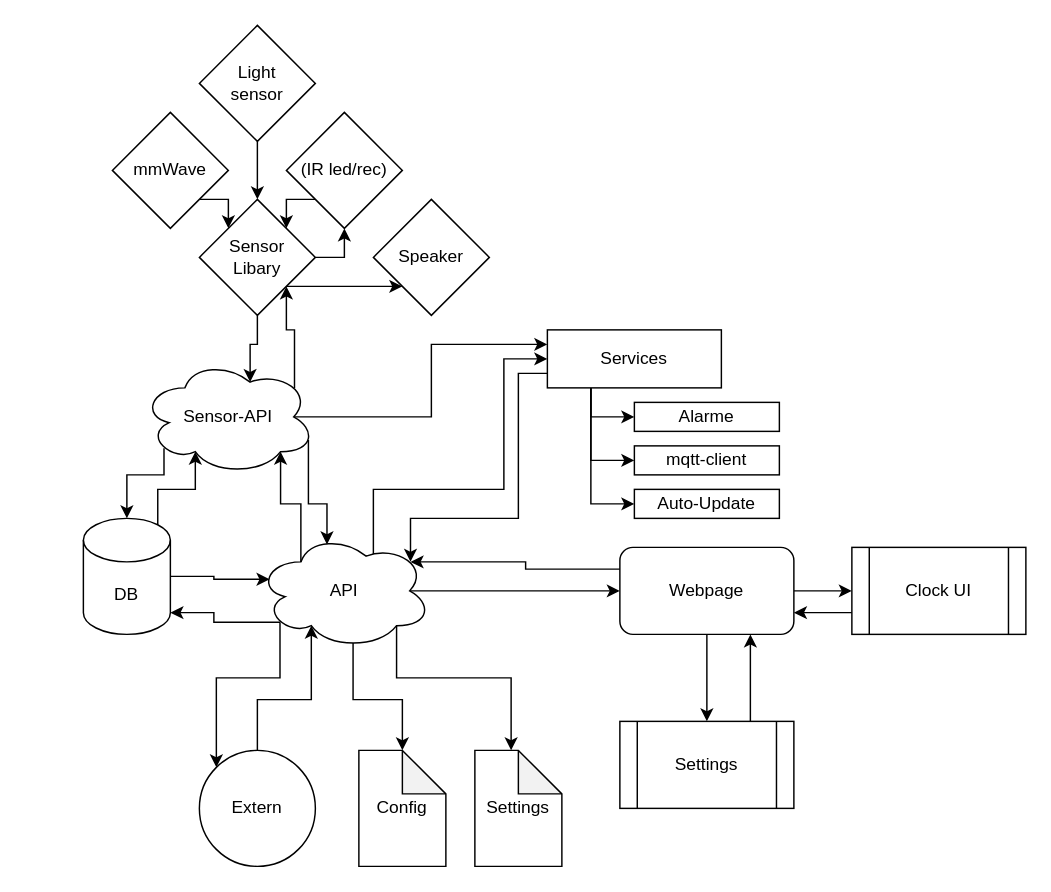
jannis1602/SmartAlarmClock keeps this draw.io diagram as page "System" (1 of 9) of planung/wecker.drawio. Above is the earlier version. Source tidied: cells renumbered, new cells numbered last; positions are measured from the earlier drawing's top-left corner, leaving out a move shared by most shapes. Both pictures are drawn from the tidied source at 145%, with x=0, y=0 at pixel (83, 25).
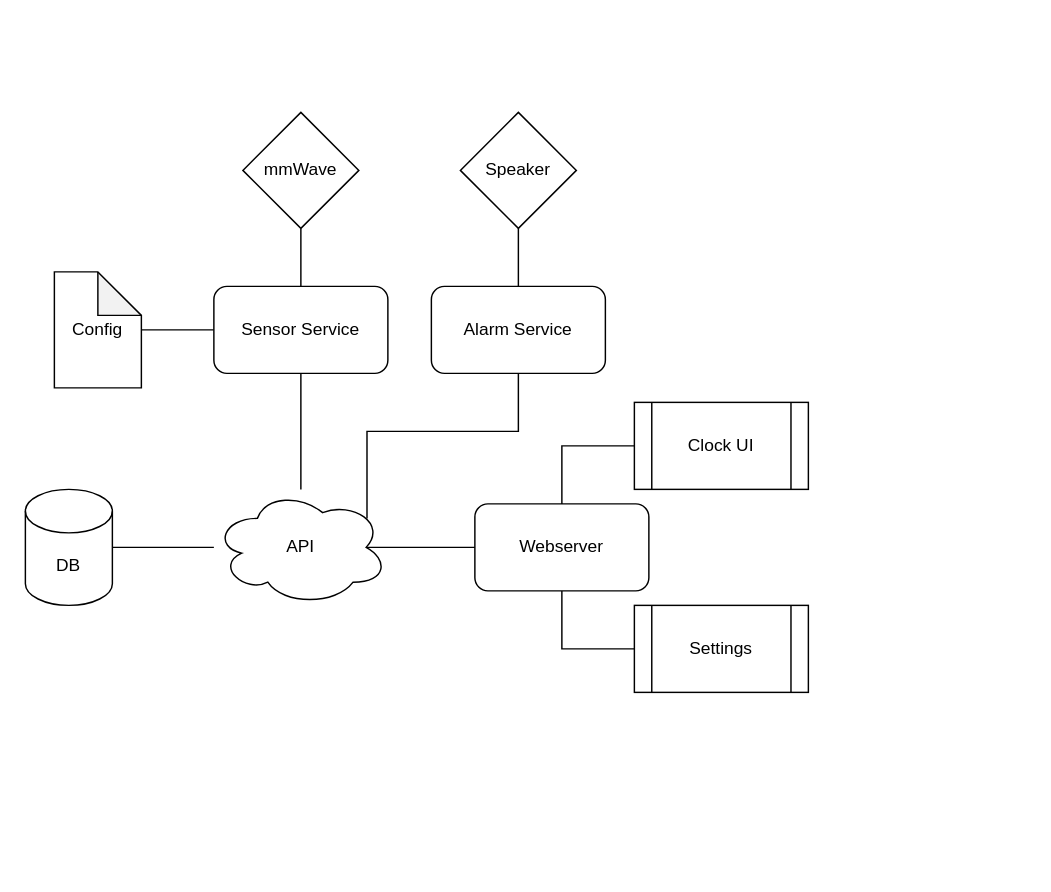
The same diagram, later.

Diff of the diagram source:
```diff
@@
+    <mxCell id="8" style="edgeStyle=orthogonalEdgeStyle;rounded=0;jettySize=auto;html=1;endArrow=none;endFill=0;" parent="1" edge="1" source="2" target="7">
+      <mxGeometry relative="1" as="geometry" />
+    </mxCell>
     <mxCell id="2" value="DB" style="shape=cylinder3;whiteSpace=wrap;html=1;boundedLbl=1;backgroundOutline=1;size=15;" parent="1" vertex="1">
-      <mxGeometry y="340" width="60" height="80" as="geometry" />
+      <mxGeometry x="-40" y="320" width="60" height="80" as="geometry" />
     </mxCell>
-    <mxCell id="3" style="edgeStyle=orthogonalEdgeStyle;rounded=0;jettySize=auto;html=1;exitX=0.13;exitY=0.77;exitDx=0;exitDy=0;exitPerimeter=0;entryX=0;entryY=0;entryDx=0;entryDy=0;" parent="1" edge="1" source="7" target="12">
-      <mxGeometry relative="1" as="geometry">
-        <Array as="points">
-          <mxPoint x="136" y="450" />
-          <mxPoint x="92" y="450" />
-        </Array>
-      </mxGeometry>
-    </mxCell>
-    <mxCell id="4" style="edgeStyle=orthogonalEdgeStyle;rounded=0;jettySize=auto;html=1;exitX=0.875;exitY=0.5;exitDx=0;exitDy=0;exitPerimeter=0;" parent="1" edge="1" source="7" target="23">
-      <mxGeometry relative="1" as="geometry" />
-    </mxCell>
-    <mxCell id="5" style="edgeStyle=orthogonalEdgeStyle;rounded=0;jettySize=auto;html=1;exitX=0.625;exitY=0.2;exitDx=0;exitDy=0;exitPerimeter=0;entryX=0;entryY=0.5;entryDx=0;entryDy=0;" parent="1" edge="1" source="7" target="40">
-      <mxGeometry relative="1" as="geometry">
-        <Array as="points">
-          <mxPoint x="200" y="366" />
-          <mxPoint x="200" y="320" />
-          <mxPoint x="290" y="320" />
-          <mxPoint x="290" y="230" />
-        </Array>
-      </mxGeometry>
-    </mxCell>
-    <mxCell id="6" style="edgeStyle=orthogonalEdgeStyle;rounded=0;jettySize=auto;html=1;exitX=0.55;exitY=0.95;exitDx=0;exitDy=0;exitPerimeter=0;" parent="1" edge="1" source="7" target="45">
-      <mxGeometry relative="1" as="geometry" />
-    </mxCell>
     <mxCell id="7" value="API" style="ellipse;shape=cloud;whiteSpace=wrap;html=1;" parent="1" vertex="1">
-      <mxGeometry x="120" y="350" width="120" height="80" as="geometry" />
+      <mxGeometry x="90" y="320" width="120" height="80" as="geometry" />
     </mxCell>
-    <mxCell id="8" style="edgeStyle=orthogonalEdgeStyle;rounded=0;jettySize=auto;html=1;exitX=1;exitY=0.5;exitDx=0;exitDy=0;exitPerimeter=0;entryX=0.07;entryY=0.4;entryDx=0;entryDy=0;entryPerimeter=0;" parent="1" edge="1" source="2" target="7">
-      <mxGeometry relative="1" as="geometry" />
-    </mxCell>
-    <mxCell id="9" style="edgeStyle=orthogonalEdgeStyle;rounded=0;jettySize=auto;html=1;exitX=0;exitY=0.75;exitDx=0;exitDy=0;entryX=1;entryY=0.75;entryDx=0;entryDy=0;" parent="1" edge="1" source="10" target="23">
-      <mxGeometry relative="1" as="geometry" />
-    </mxCell>
     <mxCell id="10" value="Clock UI" style="shape=process;whiteSpace=wrap;html=1;backgroundOutline=1;" parent="1" vertex="1">
-      <mxGeometry x="530" y="360" width="120" height="60" as="geometry" />
+      <mxGeometry x="380" y="260" width="120" height="60" as="geometry" />
     </mxCell>
-    <mxCell id="11" style="edgeStyle=orthogonalEdgeStyle;rounded=0;jettySize=auto;html=1;exitX=0.13;exitY=0.77;exitDx=0;exitDy=0;exitPerimeter=0;entryX=1;entryY=1;entryDx=0;entryDy=-15;entryPerimeter=0;" parent="1" edge="1" source="7" target="2">
-      <mxGeometry relative="1" as="geometry" />
-    </mxCell>
-    <mxCell id="12" value="Extern" style="ellipse;whiteSpace=wrap;html=1;" parent="1" vertex="1">
-      <mxGeometry x="80" y="500" width="80" height="80" as="geometry" />
-    </mxCell>
-    <mxCell id="13" style="edgeStyle=orthogonalEdgeStyle;rounded=0;jettySize=auto;html=1;exitX=0.5;exitY=0;exitDx=0;exitDy=0;entryX=0.31;entryY=0.8;entryDx=0;entryDy=0;entryPerimeter=0;" parent="1" edge="1" source="12" target="7">
-      <mxGeometry relative="1" as="geometry" />
-    </mxCell>
-    <mxCell id="14" style="edgeStyle=orthogonalEdgeStyle;rounded=0;jettySize=auto;html=1;exitX=1;exitY=0.5;exitDx=0;exitDy=0;entryX=0.5;entryY=1;entryDx=0;entryDy=0;" parent="1" edge="1" source="16" target="20">
-      <mxGeometry relative="1" as="geometry" />
-    </mxCell>
-    <mxCell id="15" style="edgeStyle=orthogonalEdgeStyle;rounded=0;jettySize=auto;html=1;exitX=1;exitY=1;exitDx=0;exitDy=0;entryX=0;entryY=1;entryDx=0;entryDy=0;" parent="1" edge="1" source="16" target="42">
-      <mxGeometry relative="1" as="geometry" />
-    </mxCell>
-    <mxCell id="16" value="Sensor&lt;br&gt;Libary" style="rhombus;whiteSpace=wrap;html=1;" parent="1" vertex="1">
-      <mxGeometry x="80" y="120" width="80" height="80" as="geometry" />
-    </mxCell>
-    <mxCell id="17" style="edgeStyle=orthogonalEdgeStyle;rounded=0;jettySize=auto;html=1;exitX=1;exitY=1;exitDx=0;exitDy=0;entryX=0;entryY=0;entryDx=0;entryDy=0;" parent="1" edge="1" source="18" target="16">
-      <mxGeometry relative="1" as="geometry" />
-    </mxCell>
+    <mxCell id="49" style="edgeStyle=orthogonalEdgeStyle;rounded=0;jettySize=auto;html=1;endArrow=none;endFill=0;" parent="1" edge="1" source="18" target="56">
+      <mxGeometry relative="1" as="geometry" />
+    </mxCell>
     <mxCell id="18" value="mmWave" style="rhombus;whiteSpace=wrap;html=1;" parent="1" vertex="1">
-      <mxGeometry x="20" y="60" width="80" height="80" as="geometry" />
+      <mxGeometry x="110" y="60" width="80" height="80" as="geometry" />
     </mxCell>
-    <mxCell id="19" style="edgeStyle=orthogonalEdgeStyle;rounded=0;jettySize=auto;html=1;exitX=0;exitY=1;exitDx=0;exitDy=0;entryX=1;entryY=0;entryDx=0;entryDy=0;" parent="1" edge="1" source="20" target="16">
-      <mxGeometry relative="1" as="geometry" />
-    </mxCell>
-    <mxCell id="20" value="(IR led/rec)" style="rhombus;whiteSpace=wrap;html=1;" parent="1" vertex="1">
-      <mxGeometry x="140" y="60" width="80" height="80" as="geometry" />
-    </mxCell>
-    <mxCell id="21" style="edgeStyle=orthogonalEdgeStyle;rounded=0;jettySize=auto;html=1;exitX=1;exitY=0.5;exitDx=0;exitDy=0;" parent="1" edge="1" source="23" target="10">
-      <mxGeometry relative="1" as="geometry" />
-    </mxCell>
-    <mxCell id="22" style="edgeStyle=orthogonalEdgeStyle;rounded=0;jettySize=auto;html=1;exitX=0.5;exitY=1;exitDx=0;exitDy=0;" parent="1" edge="1" source="23" target="25">
-      <mxGeometry relative="1" as="geometry" />
-    </mxCell>
-    <mxCell id="23" value="Webpage" style="rounded=1;whiteSpace=wrap;html=1;" parent="1" vertex="1">
-      <mxGeometry x="370" y="360" width="120" height="60" as="geometry" />
-    </mxCell>
-    <mxCell id="24" style="edgeStyle=orthogonalEdgeStyle;rounded=0;jettySize=auto;html=1;exitX=0.75;exitY=0;exitDx=0;exitDy=0;entryX=0.75;entryY=1;entryDx=0;entryDy=0;" parent="1" edge="1" source="25" target="23">
-      <mxGeometry relative="1" as="geometry" />
-    </mxCell>
+    <mxCell id="50" style="edgeStyle=orthogonalEdgeStyle;rounded=0;jettySize=auto;html=1;exitX=0.5;exitY=1;exitDx=0;exitDy=0;entryX=0;entryY=0.5;entryDx=0;entryDy=0;endArrow=none;endFill=0;" parent="1" edge="1" source="52" target="25">
+      <mxGeometry relative="1" as="geometry" />
+    </mxCell>
+    <mxCell id="51" style="edgeStyle=orthogonalEdgeStyle;rounded=0;jettySize=auto;html=1;exitX=0.5;exitY=0;exitDx=0;exitDy=0;entryX=0;entryY=0.5;entryDx=0;entryDy=0;endArrow=none;endFill=0;" parent="1" edge="1" source="52" target="10">
+      <mxGeometry relative="1" as="geometry" />
+    </mxCell>
+    <mxCell id="52" value="Webserver" style="rounded=1;whiteSpace=wrap;html=1;" parent="1" vertex="1">
+      <mxGeometry x="270" y="330" width="120" height="60" as="geometry" />
+    </mxCell>
     <mxCell id="25" value="Settings" style="shape=process;whiteSpace=wrap;html=1;backgroundOutline=1;" parent="1" vertex="1">
-      <mxGeometry x="370" y="480" width="120" height="60" as="geometry" />
+      <mxGeometry x="380" y="400" width="120" height="60" as="geometry" />
     </mxCell>
-    <mxCell id="26" style="edgeStyle=orthogonalEdgeStyle;rounded=0;jettySize=auto;html=1;exitX=0;exitY=0.25;exitDx=0;exitDy=0;entryX=0.88;entryY=0.25;entryDx=0;entryDy=0;entryPerimeter=0;" parent="1" edge="1" source="23" target="7">
-      <mxGeometry relative="1" as="geometry" />
-    </mxCell>
-    <mxCell id="27" style="edgeStyle=orthogonalEdgeStyle;rounded=0;jettySize=auto;html=1;exitX=0.5;exitY=1;exitDx=0;exitDy=0;" parent="1" edge="1" source="28" target="16">
-      <mxGeometry relative="1" as="geometry" />
-    </mxCell>
-    <mxCell id="28" value="Light&lt;br&gt;sensor" style="rhombus;whiteSpace=wrap;html=1;" parent="1" vertex="1">
-      <mxGeometry x="80" width="80" height="80" as="geometry" />
-    </mxCell>
-    <mxCell id="29" style="edgeStyle=orthogonalEdgeStyle;rounded=0;jettySize=auto;html=1;exitX=0.88;exitY=0.25;exitDx=0;exitDy=0;exitPerimeter=0;entryX=1;entryY=1;entryDx=0;entryDy=0;" parent="1" edge="1" source="31" target="16">
-      <mxGeometry relative="1" as="geometry" />
-    </mxCell>
-    <mxCell id="30" style="edgeStyle=orthogonalEdgeStyle;rounded=0;jettySize=auto;html=1;exitX=0.875;exitY=0.5;exitDx=0;exitDy=0;exitPerimeter=0;entryX=0;entryY=0.25;entryDx=0;entryDy=0;" parent="1" edge="1" source="31" target="40">
-      <mxGeometry relative="1" as="geometry" />
-    </mxCell>
-    <mxCell id="31" value="Sensor-API" style="ellipse;shape=cloud;whiteSpace=wrap;html=1;" parent="1" vertex="1">
-      <mxGeometry x="40" y="230" width="120" height="80" as="geometry" />
-    </mxCell>
-    <mxCell id="32" style="edgeStyle=orthogonalEdgeStyle;rounded=0;jettySize=auto;html=1;exitX=0.855;exitY=0;exitDx=0;exitDy=4.35;exitPerimeter=0;entryX=0.31;entryY=0.8;entryDx=0;entryDy=0;entryPerimeter=0;" parent="1" edge="1" source="2" target="31">
-      <mxGeometry relative="1" as="geometry" />
-    </mxCell>
-    <mxCell id="33" style="edgeStyle=orthogonalEdgeStyle;rounded=0;jettySize=auto;html=1;exitX=0.13;exitY=0.77;exitDx=0;exitDy=0;exitPerimeter=0;entryX=0.5;entryY=0;entryDx=0;entryDy=0;entryPerimeter=0;" parent="1" edge="1" source="31" target="2">
-      <mxGeometry relative="1" as="geometry">
-        <Array as="points">
-          <mxPoint x="56" y="310" />
-          <mxPoint x="30" y="310" />
-        </Array>
-      </mxGeometry>
-    </mxCell>
-    <mxCell id="34" style="edgeStyle=orthogonalEdgeStyle;rounded=0;jettySize=auto;html=1;exitX=0.5;exitY=1;exitDx=0;exitDy=0;entryX=0.625;entryY=0.2;entryDx=0;entryDy=0;entryPerimeter=0;" parent="1" edge="1" source="16" target="31">
-      <mxGeometry relative="1" as="geometry" />
-    </mxCell>
-    <mxCell id="35" style="edgeStyle=orthogonalEdgeStyle;rounded=0;jettySize=auto;html=1;exitX=0.96;exitY=0.7;exitDx=0;exitDy=0;exitPerimeter=0;entryX=0.4;entryY=0.1;entryDx=0;entryDy=0;entryPerimeter=0;" parent="1" edge="1" source="31" target="7">
-      <mxGeometry relative="1" as="geometry" />
-    </mxCell>
-    <mxCell id="36" style="edgeStyle=orthogonalEdgeStyle;rounded=0;jettySize=auto;html=1;exitX=0.25;exitY=0.25;exitDx=0;exitDy=0;exitPerimeter=0;entryX=0.8;entryY=0.8;entryDx=0;entryDy=0;entryPerimeter=0;" parent="1" edge="1" source="7" target="31">
-      <mxGeometry relative="1" as="geometry" />
-    </mxCell>
-    <mxCell id="37" style="edgeStyle=orthogonalEdgeStyle;rounded=0;jettySize=auto;html=1;exitX=0.25;exitY=1;exitDx=0;exitDy=0;entryX=0;entryY=0.5;entryDx=0;entryDy=0;" parent="1" edge="1" source="40" target="41">
-      <mxGeometry relative="1" as="geometry">
-        <Array as="points">
-          <mxPoint x="350" y="270" />
-        </Array>
-      </mxGeometry>
-    </mxCell>
-    <mxCell id="38" style="edgeStyle=orthogonalEdgeStyle;rounded=0;jettySize=auto;html=1;exitX=0.25;exitY=1;exitDx=0;exitDy=0;entryX=0;entryY=0.5;entryDx=0;entryDy=0;" parent="1" edge="1" source="40" target="47">
-      <mxGeometry relative="1" as="geometry" />
-    </mxCell>
-    <mxCell id="39" style="edgeStyle=orthogonalEdgeStyle;rounded=0;jettySize=auto;html=1;exitX=0.25;exitY=1;exitDx=0;exitDy=0;entryX=0;entryY=0.5;entryDx=0;entryDy=0;" parent="1" edge="1" source="40" target="48">
-      <mxGeometry relative="1" as="geometry" />
-    </mxCell>
-    <mxCell id="40" value="Services" style="rounded=0;whiteSpace=wrap;html=1;" parent="1" vertex="1">
-      <mxGeometry x="320" y="210" width="120" height="40" as="geometry" />
-    </mxCell>
-    <mxCell id="41" value="Alarme" style="rounded=0;whiteSpace=wrap;html=1;" parent="1" vertex="1">
-      <mxGeometry x="380" y="260" width="100" height="20" as="geometry" />
-    </mxCell>
+    <mxCell id="53" style="edgeStyle=orthogonalEdgeStyle;rounded=0;jettySize=auto;html=1;endArrow=none;endFill=0;" parent="1" edge="1" source="42" target="57">
+      <mxGeometry relative="1" as="geometry" />
+    </mxCell>
     <mxCell id="42" value="Speaker" style="rhombus;whiteSpace=wrap;html=1;" parent="1" vertex="1">
-      <mxGeometry x="200" y="120" width="80" height="80" as="geometry" />
+      <mxGeometry x="260" y="60" width="80" height="80" as="geometry" />
     </mxCell>
-    <mxCell id="43" style="edgeStyle=orthogonalEdgeStyle;rounded=0;jettySize=auto;html=1;exitX=0;exitY=0.75;exitDx=0;exitDy=0;entryX=0.88;entryY=0.25;entryDx=0;entryDy=0;entryPerimeter=0;" parent="1" edge="1" source="40" target="7">
-      <mxGeometry relative="1" as="geometry">
-        <Array as="points">
-          <mxPoint x="300" y="240" />
-          <mxPoint x="300" y="340" />
-          <mxPoint x="226" y="340" />
-        </Array>
-      </mxGeometry>
-    </mxCell>
-    <mxCell id="44" value="Settings" style="shape=note;whiteSpace=wrap;html=1;backgroundOutline=1;darkOpacity=0.05;" parent="1" vertex="1">
-      <mxGeometry x="270" y="500" width="60" height="80" as="geometry" />
-    </mxCell>
+    <mxCell id="54" style="edgeStyle=orthogonalEdgeStyle;rounded=0;jettySize=auto;html=1;endArrow=none;endFill=0;" parent="1" edge="1" source="45" target="56">
+      <mxGeometry relative="1" as="geometry" />
+    </mxCell>
     <mxCell id="45" value="Config" style="shape=note;whiteSpace=wrap;html=1;backgroundOutline=1;darkOpacity=0.05;" parent="1" vertex="1">
-      <mxGeometry x="190" y="500" width="60" height="80" as="geometry" />
+      <mxGeometry x="-20" y="170" width="60" height="80" as="geometry" />
     </mxCell>
-    <mxCell id="46" style="edgeStyle=orthogonalEdgeStyle;rounded=0;jettySize=auto;html=1;exitX=0.8;exitY=0.8;exitDx=0;exitDy=0;exitPerimeter=0;entryX=0;entryY=0;entryDx=25;entryDy=0;entryPerimeter=0;" parent="1" edge="1" source="7" target="44">
-      <mxGeometry relative="1" as="geometry">
-        <Array as="points">
-          <mxPoint x="216" y="450" />
-          <mxPoint x="295" y="450" />
-        </Array>
-      </mxGeometry>
-    </mxCell>
-    <mxCell id="47" value="mqtt-client" style="rounded=0;whiteSpace=wrap;html=1;" parent="1" vertex="1">
-      <mxGeometry x="380" y="290" width="100" height="20" as="geometry" />
-    </mxCell>
-    <mxCell id="48" value="Auto-Update" style="rounded=0;whiteSpace=wrap;html=1;" parent="1" vertex="1">
-      <mxGeometry x="380" y="320" width="100" height="20" as="geometry" />
-    </mxCell>
+    <mxCell id="55" style="edgeStyle=orthogonalEdgeStyle;rounded=0;jettySize=auto;html=1;endArrow=none;endFill=0;" parent="1" edge="1" source="56" target="7">
+      <mxGeometry relative="1" as="geometry" />
+    </mxCell>
+    <mxCell id="56" value="Sensor Service" style="rounded=1;whiteSpace=wrap;html=1;" parent="1" vertex="1">
+      <mxGeometry x="90" y="180" width="120" height="60" as="geometry" />
+    </mxCell>
+    <mxCell id="57" value="Alarm Service" style="rounded=1;whiteSpace=wrap;html=1;" parent="1" vertex="1">
+      <mxGeometry x="240" y="180" width="120" height="60" as="geometry" />
+    </mxCell>
+    <mxCell id="58" style="edgeStyle=orthogonalEdgeStyle;rounded=0;jettySize=auto;html=1;exitX=0.5;exitY=1;exitDx=0;exitDy=0;entryX=0.88;entryY=0.25;entryDx=0;entryDy=0;entryPerimeter=0;endArrow=none;endFill=0;" parent="1" edge="1" source="57" target="7">
+      <mxGeometry relative="1" as="geometry" />
+    </mxCell>
+    <mxCell id="59" style="edgeStyle=orthogonalEdgeStyle;rounded=0;jettySize=auto;html=1;exitX=0;exitY=0.5;exitDx=0;exitDy=0;entryX=0.875;entryY=0.5;entryDx=0;entryDy=0;entryPerimeter=0;endArrow=none;endFill=0;" parent="1" edge="1" source="52" target="7">
+      <mxGeometry relative="1" as="geometry" />
+    </mxCell>
```
